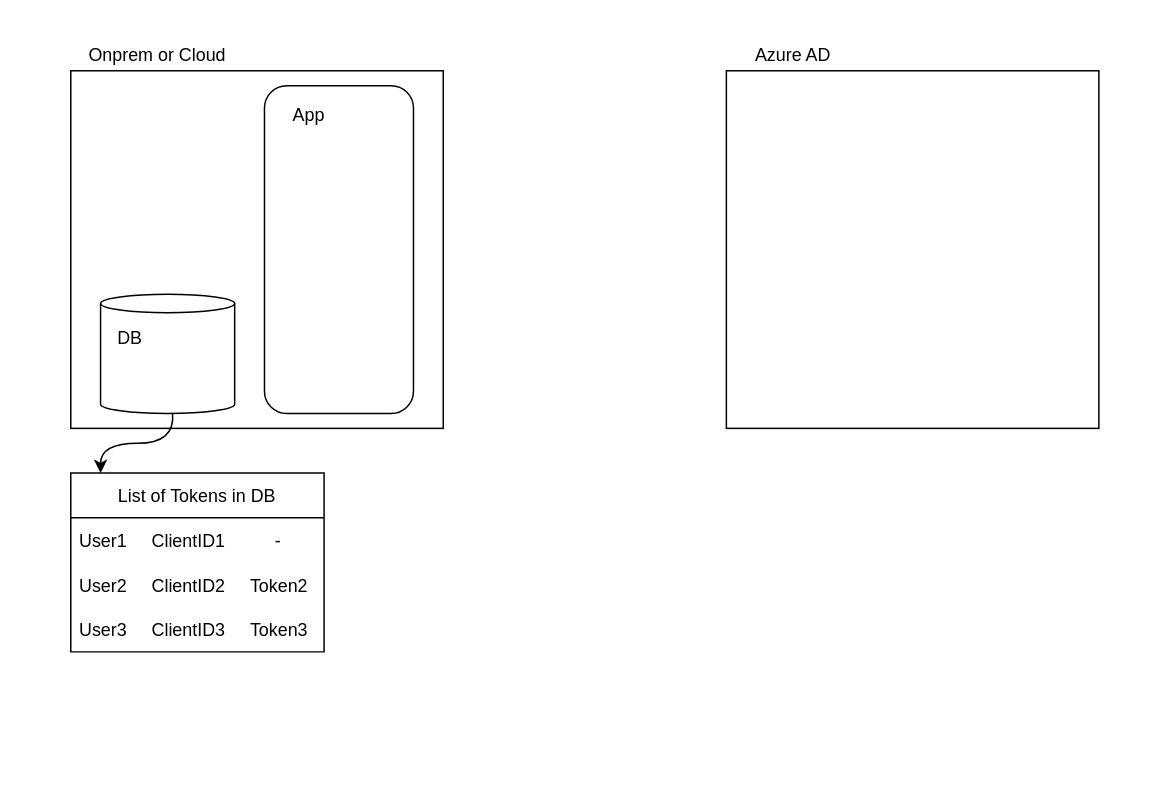
The draw.io diagram OAuth2.0_Authorization/OAuth2.0_ClientCredentialsFlow.drawio in developer-onizuka/Diagrams, before the edit. Source tidied: cells renumbered, new cells numbered last; positions are measured from the earlier drawing's top-left corner, leaving out a move shared by most shapes. Both pictures are drawn from the tidied source at 149%, with x=0, y=0 at pixel (70, 40).
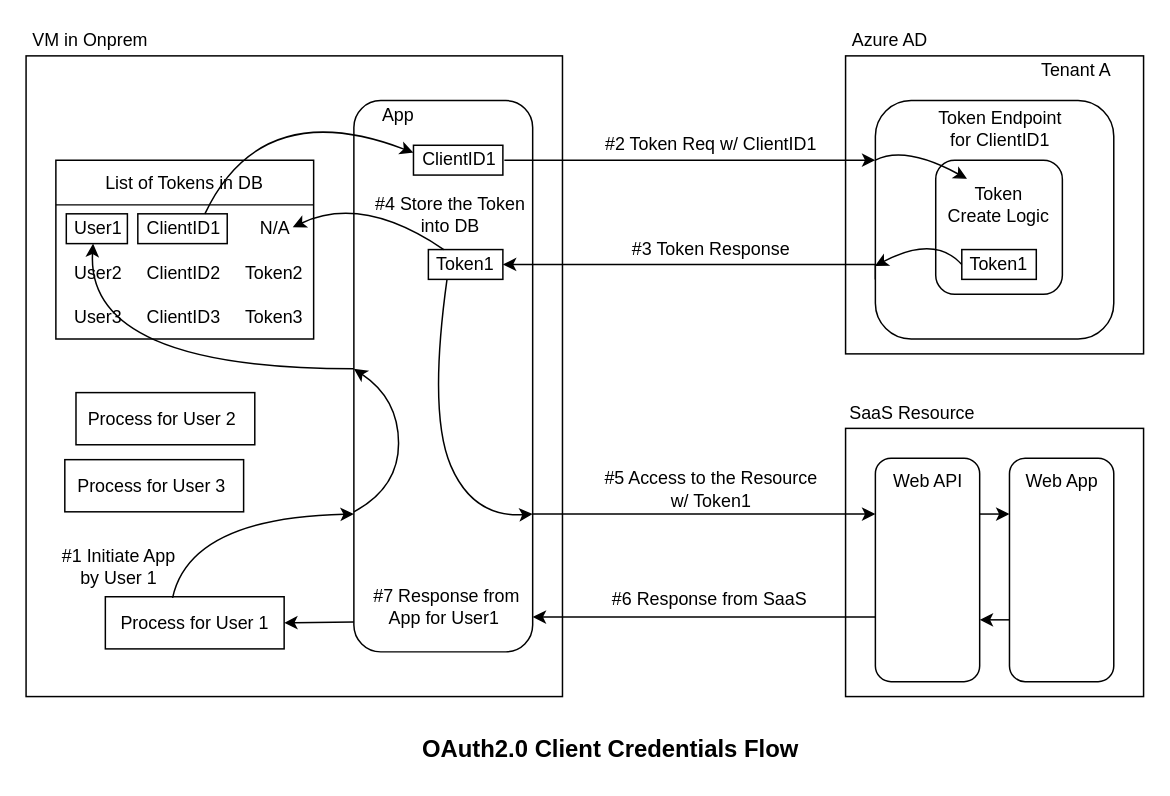
The same page after the edit.

Diff of the diagram source:
```diff
@@
     <mxCell id="2" style="rounded=0;whiteSpace=wrap;html=1;" parent="1" vertex="1">
-      <mxGeometry y="20" width="250" height="240" as="geometry" />
+      <mxGeometry x="-30" y="10" width="360" height="430" as="geometry" />
     </mxCell>
     <mxCell id="3" style="rounded=1;whiteSpace=wrap;html=1;" parent="1" vertex="1">
-      <mxGeometry x="130" y="30" width="100" height="220" as="geometry" />
+      <mxGeometry x="190" y="40" width="120" height="370" as="geometry" />
     </mxCell>
     <mxCell id="4" value="App" style="text;html=1;strokeColor=none;fillColor=none;align=center;verticalAlign=middle;whiteSpace=wrap;rounded=0;" parent="1" vertex="1">
-      <mxGeometry x="140" y="40" width="40" height="20" as="geometry" />
+      <mxGeometry x="200" y="40" width="40" height="20" as="geometry" />
     </mxCell>
-    <mxCell id="5" style="shape=cylinder3;whiteSpace=wrap;html=1;boundedLbl=1;backgroundOutline=1;size=6.182502746582031;" parent="1" vertex="1">
-      <mxGeometry x="20" y="170" width="90" height="80" as="geometry" />
-    </mxCell>
     <mxCell id="6" value="List of Tokens in DB" style="swimlane;fontStyle=0;horizontal=1;startSize=30;" parent="1" vertex="1">
-      <mxGeometry y="290" width="170" height="120" as="geometry" />
+      <mxGeometry x="-10" y="80" width="173" height="120" as="geometry" />
     </mxCell>
-    <mxCell id="7" value="User1     ClientID1          -" style="text;strokeColor=none;fillColor=none;align=left;verticalAlign=middle;spacingLeft=4;spacingRight=4;overflow=hidden;points=[[0,0.5],[1,0.5]];portConstraint=eastwest;" parent="6" vertex="1">
-      <mxGeometry y="30" width="170" height="30" as="geometry" />
+    <mxCell id="7" value="  User1     ClientID1        N/A" style="text;strokeColor=none;fillColor=none;align=left;verticalAlign=middle;spacingLeft=4;spacingRight=4;overflow=hidden;points=[[0,0.5],[1,0.5]];portConstraint=eastwest;" parent="6" vertex="1">
+      <mxGeometry y="30" width="173" height="30" as="geometry" />
     </mxCell>
-    <mxCell id="8" value="User2     ClientID2     Token2" style="text;strokeColor=none;fillColor=none;align=left;verticalAlign=middle;spacingLeft=4;spacingRight=4;overflow=hidden;" parent="6" vertex="1">
-      <mxGeometry y="60" width="170" height="30" as="geometry" />
+    <mxCell id="8" value="  User2     ClientID2     Token2" style="text;strokeColor=none;fillColor=none;align=left;verticalAlign=middle;spacingLeft=4;spacingRight=4;overflow=hidden;" parent="6" vertex="1">
+      <mxGeometry y="60" width="173" height="30" as="geometry" />
     </mxCell>
-    <mxCell id="9" value="User3     ClientID3     Token3" style="text;strokeColor=none;fillColor=none;align=left;verticalAlign=middle;spacingLeft=4;spacingRight=4;overflow=hidden;" parent="6" vertex="1">
-      <mxGeometry y="90" width="170" height="30" as="geometry" />
+    <mxCell id="9" value="  User3     ClientID3     Token3" style="text;strokeColor=none;fillColor=none;align=left;verticalAlign=middle;spacingLeft=4;spacingRight=4;overflow=hidden;" parent="6" vertex="1">
+      <mxGeometry y="90" width="173" height="30" as="geometry" />
     </mxCell>
@@
-    <mxCell id="11" style="curved=1;endArrow=classic;html=1;rounded=0;" parent="1" edge="1" source="5" target="6">
-      <mxGeometry relative="1" as="geometry">
-        <Array as="points">
-          <mxPoint x="70" y="270" />
-          <mxPoint x="20" y="270" />
-          <mxPoint x="20" y="290" />
-        </Array>
-      </mxGeometry>
-    </mxCell>
-    <mxCell id="12" value="DB" style="text;html=1;strokeColor=none;fillColor=none;align=center;verticalAlign=middle;whiteSpace=wrap;rounded=0;" parent="1" vertex="1">
-      <mxGeometry x="20" y="190" width="40" height="20" as="geometry" />
-    </mxCell>
-    <mxCell id="13" value="Onprem or Cloud&amp;nbsp;" style="text;html=1;strokeColor=none;fillColor=none;align=center;verticalAlign=middle;whiteSpace=wrap;rounded=0;" parent="1" vertex="1">
-      <mxGeometry width="120" height="20" as="geometry" />
+    <mxCell id="13" value="VM in Onprem&amp;nbsp;" style="text;html=1;strokeColor=none;fillColor=none;align=center;verticalAlign=middle;whiteSpace=wrap;rounded=0;" parent="1" vertex="1">
+      <mxGeometry x="-30" y="-10" width="90" height="20" as="geometry" />
     </mxCell>
     <mxCell id="14" style="rounded=0;whiteSpace=wrap;html=1;" parent="1" vertex="1">
-      <mxGeometry x="440" y="20" width="250" height="240" as="geometry" />
+      <mxGeometry x="520" y="10" width="200" height="200" as="geometry" />
     </mxCell>
     <mxCell id="15" value="Azure AD" style="text;html=1;strokeColor=none;fillColor=none;align=center;verticalAlign=middle;whiteSpace=wrap;rounded=0;" parent="1" vertex="1">
-      <mxGeometry x="440" width="90" height="20" as="geometry" />
+      <mxGeometry x="520" y="-10" width="60" height="20" as="geometry" />
     </mxCell>
+    <mxCell id="16" style="edgeStyle=orthogonalEdgeStyle;rounded=0;jettySize=auto;html=1;exitX=0;exitY=0.75;exitDx=0;exitDy=0;entryX=1;entryY=0.5;entryDx=0;entryDy=0;" parent="1" edge="1" source="17" target="27">
+      <mxGeometry relative="1" as="geometry">
+        <Array as="points">
+          <mxPoint x="540" y="150" />
+        </Array>
+      </mxGeometry>
+    </mxCell>
+    <mxCell id="17" style="rounded=1;whiteSpace=wrap;html=1;" parent="1" vertex="1">
+      <mxGeometry x="540" y="40" width="160" height="160" as="geometry" />
+    </mxCell>
+    <mxCell id="18" value="Token Endpoint &lt;br&gt;for ClientID1" style="text;html=1;strokeColor=none;fillColor=none;align=center;verticalAlign=middle;whiteSpace=wrap;rounded=0;" parent="1" vertex="1">
+      <mxGeometry x="559" y="44" width="130" height="30" as="geometry" />
+    </mxCell>
+    <mxCell id="19" value="#3 Token Response" style="text;html=1;strokeColor=none;fillColor=none;align=center;verticalAlign=middle;whiteSpace=wrap;rounded=0;" parent="1" vertex="1">
+      <mxGeometry x="350" y="130" width="160" height="20" as="geometry" />
+    </mxCell>
+    <mxCell id="20" value="#2 Token Req w/ ClientID1" style="text;html=1;strokeColor=none;fillColor=none;align=center;verticalAlign=middle;whiteSpace=wrap;rounded=0;" parent="1" vertex="1">
+      <mxGeometry x="350" y="60" width="160" height="20" as="geometry" />
+    </mxCell>
+    <mxCell id="21" style="endArrow=classic;html=1;rounded=0;entryX=0;entryY=0.25;entryDx=0;entryDy=0;exitX=1;exitY=0.5;exitDx=0;exitDy=0;" parent="1" edge="1" source="31" target="17">
+      <mxGeometry relative="1" as="geometry" />
+    </mxCell>
+    <mxCell id="22" style="rounded=0;whiteSpace=wrap;html=1;" parent="1" vertex="1">
+      <mxGeometry x="520" y="260" width="200" height="180" as="geometry" />
+    </mxCell>
+    <mxCell id="23" value="SaaS Resource" style="text;html=1;strokeColor=none;fillColor=none;align=center;verticalAlign=middle;whiteSpace=wrap;rounded=0;" parent="1" vertex="1">
+      <mxGeometry x="520" y="240" width="90" height="20" as="geometry" />
+    </mxCell>
+    <mxCell id="24" value="#4 Store the Token into DB" style="text;html=1;strokeColor=none;fillColor=none;align=center;verticalAlign=middle;whiteSpace=wrap;rounded=0;" parent="1" vertex="1">
+      <mxGeometry x="195" y="98.5" width="120" height="37.5" as="geometry" />
+    </mxCell>
+    <mxCell id="25" value="#5 Access to the Resource&lt;br&gt;w/ Token1" style="text;html=1;strokeColor=none;fillColor=none;align=center;verticalAlign=middle;whiteSpace=wrap;rounded=0;" parent="1" vertex="1">
+      <mxGeometry x="350" y="286" width="160" height="30" as="geometry" />
+    </mxCell>
+    <mxCell id="26" style="rounded=0;whiteSpace=wrap;html=1;" parent="1" vertex="1">
+      <mxGeometry x="240" y="140" width="50" height="20" as="geometry" />
+    </mxCell>
+    <mxCell id="27" value="Token1" style="text;html=1;strokeColor=none;fillColor=none;align=center;verticalAlign=middle;whiteSpace=wrap;rounded=0;" parent="1" vertex="1">
+      <mxGeometry x="240" y="140" width="50" height="20" as="geometry" />
+    </mxCell>
+    <mxCell id="28" value="Tenant A" style="text;html=1;strokeColor=none;fillColor=none;align=center;verticalAlign=middle;whiteSpace=wrap;rounded=0;" parent="1" vertex="1">
+      <mxGeometry x="630" y="10" width="90" height="20" as="geometry" />
+    </mxCell>
+    <mxCell id="29" style="rounded=0;whiteSpace=wrap;html=1;fillColor=none;strokeColor=#000000;" parent="1" vertex="1">
+      <mxGeometry x="45" y="116" width="60" height="20" as="geometry" />
+    </mxCell>
+    <mxCell id="30" style="rounded=0;whiteSpace=wrap;html=1;" parent="1" vertex="1">
+      <mxGeometry x="230" y="70" width="60" height="20" as="geometry" />
+    </mxCell>
+    <mxCell id="31" value="ClientID1" style="text;html=1;strokeColor=none;fillColor=none;align=center;verticalAlign=middle;whiteSpace=wrap;rounded=0;" parent="1" vertex="1">
+      <mxGeometry x="231" y="70" width="60" height="20" as="geometry" />
+    </mxCell>
+    <mxCell id="32" value="#6 Response from SaaS" style="text;html=1;strokeColor=none;fillColor=none;align=center;verticalAlign=middle;whiteSpace=wrap;rounded=0;" parent="1" vertex="1">
+      <mxGeometry x="349" y="360" width="160" height="30" as="geometry" />
+    </mxCell>
+    <mxCell id="33" style="curved=1;endArrow=classic;html=1;rounded=0;exitX=0.75;exitY=0;exitDx=0;exitDy=0;entryX=0;entryY=0.25;entryDx=0;entryDy=0;" parent="1" edge="1" source="29" target="30">
+      <mxGeometry relative="1" as="geometry">
+        <Array as="points">
+          <mxPoint x="128" y="36" />
+        </Array>
+      </mxGeometry>
+    </mxCell>
+    <mxCell id="34" style="curved=1;endArrow=classic;html=1;rounded=0;" parent="1" edge="1" source="27">
+      <mxGeometry relative="1" as="geometry">
+        <mxPoint x="149" y="125" as="targetPoint" />
+        <Array as="points">
+          <mxPoint x="196" y="103" />
+        </Array>
+      </mxGeometry>
+    </mxCell>
+    <mxCell id="35" style="curved=1;endArrow=classic;html=1;rounded=0;exitX=0.25;exitY=1;exitDx=0;exitDy=0;entryX=1;entryY=0.75;entryDx=0;entryDy=0;" parent="1" edge="1" source="27" target="3">
+      <mxGeometry relative="1" as="geometry">
+        <Array as="points">
+          <mxPoint x="240" y="250" />
+          <mxPoint x="270" y="320" />
+        </Array>
+      </mxGeometry>
+    </mxCell>
+    <mxCell id="36" style="edgeStyle=orthogonalEdgeStyle;rounded=0;jettySize=auto;html=1;exitX=1;exitY=0.25;exitDx=0;exitDy=0;entryX=0;entryY=0.25;entryDx=0;entryDy=0;endArrow=classic;endFill=1;" parent="1" edge="1" source="37" target="40">
+      <mxGeometry relative="1" as="geometry" />
+    </mxCell>
+    <mxCell id="37" style="rounded=1;whiteSpace=wrap;html=1;" parent="1" vertex="1">
+      <mxGeometry x="540" y="280" width="70" height="150" as="geometry" />
+    </mxCell>
+    <mxCell id="38" value="Web API" style="text;html=1;strokeColor=none;fillColor=none;align=center;verticalAlign=middle;whiteSpace=wrap;rounded=0;" parent="1" vertex="1">
+      <mxGeometry x="540" y="286" width="71" height="20" as="geometry" />
+    </mxCell>
+    <mxCell id="39" style="edgeStyle=orthogonalEdgeStyle;rounded=0;orthogonalLoop=1;jettySize=auto;html=1;exitX=0;exitY=0.75;exitDx=0;exitDy=0;entryX=1;entryY=0.75;entryDx=0;entryDy=0;endArrow=classic;endFill=1;" parent="1" edge="1">
+      <mxGeometry relative="1" as="geometry">
+        <mxPoint x="630" y="388.5" as="sourcePoint" />
+        <mxPoint x="610" y="388.5" as="targetPoint" />
+      </mxGeometry>
+    </mxCell>
+    <mxCell id="40" style="rounded=1;whiteSpace=wrap;html=1;" parent="1" vertex="1">
+      <mxGeometry x="630" y="280" width="70" height="150" as="geometry" />
+    </mxCell>
+    <mxCell id="41" value="Web App" style="text;html=1;strokeColor=none;fillColor=none;align=center;verticalAlign=middle;whiteSpace=wrap;rounded=0;" parent="1" vertex="1">
+      <mxGeometry x="630" y="286" width="71" height="20" as="geometry" />
+    </mxCell>
+    <mxCell id="42" style="edgeStyle=orthogonalEdgeStyle;rounded=0;jettySize=auto;html=1;exitX=1;exitY=0.75;exitDx=0;exitDy=0;entryX=0;entryY=0.25;entryDx=0;entryDy=0;endArrow=classic;endFill=1;" parent="1" edge="1" source="3" target="37">
+      <mxGeometry relative="1" as="geometry" />
+    </mxCell>
+    <mxCell id="43" style="edgeStyle=orthogonalEdgeStyle;rounded=0;jettySize=auto;html=1;entryX=1.009;entryY=0.899;entryDx=0;entryDy=0;entryPerimeter=0;endArrow=classic;endFill=1;" parent="1" edge="1" source="37">
+      <mxGeometry relative="1" as="geometry">
+        <mxPoint x="310" y="386.6" as="targetPoint" />
+        <Array as="points">
+          <mxPoint x="414" y="386" />
+        </Array>
+      </mxGeometry>
+    </mxCell>
+    <mxCell id="44" style="rounded=1;whiteSpace=wrap;html=1;" parent="1" vertex="1">
+      <mxGeometry x="580.5" y="80" width="85" height="90" as="geometry" />
+    </mxCell>
+    <mxCell id="45" value="Token&lt;br&gt;Create Logic" style="text;html=1;strokeColor=none;fillColor=none;align=center;verticalAlign=middle;whiteSpace=wrap;rounded=0;" parent="1" vertex="1">
+      <mxGeometry x="580" y="92.5" width="86" height="35" as="geometry" />
+    </mxCell>
+    <mxCell id="46" style="rounded=0;whiteSpace=wrap;html=1;" parent="1" vertex="1">
+      <mxGeometry x="598" y="140" width="50" height="20" as="geometry" />
+    </mxCell>
+    <mxCell id="47" value="Token1" style="text;html=1;strokeColor=none;fillColor=none;align=center;verticalAlign=middle;whiteSpace=wrap;rounded=0;" parent="1" vertex="1">
+      <mxGeometry x="598" y="140" width="50" height="20" as="geometry" />
+    </mxCell>
+    <mxCell id="48" style="curved=1;endArrow=classic;html=1;rounded=0;exitX=0;exitY=0.5;exitDx=0;exitDy=0;entryX=-0.002;entryY=0.694;entryDx=0;entryDy=0;entryPerimeter=0;" parent="1" edge="1" source="47" target="17">
+      <mxGeometry relative="1" as="geometry">
+        <Array as="points">
+          <mxPoint x="580" y="130" />
+        </Array>
+      </mxGeometry>
+    </mxCell>
+    <mxCell id="49" style="curved=1;endArrow=classic;html=1;rounded=0;exitX=0.75;exitY=0;exitDx=0;exitDy=0;entryX=0.25;entryY=0;entryDx=0;entryDy=0;" parent="1" edge="1" target="45">
+      <mxGeometry relative="1" as="geometry">
+        <mxPoint x="540" y="80" as="sourcePoint" />
+        <Array as="points">
+          <mxPoint x="560" y="70" />
+        </Array>
+      </mxGeometry>
+    </mxCell>
+    <mxCell id="50" style="edgeStyle=orthogonalEdgeStyle;rounded=0;jettySize=auto;html=1;exitX=1;exitY=0.5;exitDx=0;exitDy=0;endArrow=classic;endFill=1;fillColor=default;entryX=1;entryY=0.5;entryDx=0;entryDy=0;" parent="1" edge="1" target="51">
+      <mxGeometry relative="1" as="geometry">
+        <mxPoint x="190" y="390" as="sourcePoint" />
+      </mxGeometry>
+    </mxCell>
+    <mxCell id="51" style="rounded=0;whiteSpace=wrap;html=1;" parent="1" vertex="1">
+      <mxGeometry x="23.2" y="373" width="120" height="35" as="geometry" />
+    </mxCell>
+    <mxCell id="52" value="Process for User 1" style="text;html=1;strokeColor=none;fillColor=none;align=center;verticalAlign=middle;whiteSpace=wrap;rounded=0;" parent="1" vertex="1">
+      <mxGeometry x="29.8" y="380.5" width="107" height="20" as="geometry" />
+    </mxCell>
+    <mxCell id="53" style="rounded=0;whiteSpace=wrap;html=1;" parent="1" vertex="1">
+      <mxGeometry x="-4" y="281" width="120" height="35" as="geometry" />
+    </mxCell>
+    <mxCell id="54" value="Process for User 3" style="text;html=1;strokeColor=none;fillColor=none;align=center;verticalAlign=middle;whiteSpace=wrap;rounded=0;" parent="1" vertex="1">
+      <mxGeometry x="0.5" y="288.5" width="107" height="20" as="geometry" />
+    </mxCell>
+    <mxCell id="55" style="rounded=0;whiteSpace=wrap;html=1;" parent="1" vertex="1">
+      <mxGeometry x="3.5" y="236" width="120" height="35" as="geometry" />
+    </mxCell>
+    <mxCell id="56" value="Process for User 2" style="text;html=1;strokeColor=none;fillColor=none;align=center;verticalAlign=middle;whiteSpace=wrap;rounded=0;" parent="1" vertex="1">
+      <mxGeometry x="8" y="243.5" width="107" height="20" as="geometry" />
+    </mxCell>
+    <mxCell id="57" style="curved=1;endArrow=classic;html=1;rounded=0;exitX=0.376;exitY=0.022;exitDx=0;exitDy=0;entryX=0;entryY=0.75;entryDx=0;entryDy=0;exitPerimeter=0;" parent="1" edge="1" source="51" target="3">
+      <mxGeometry relative="1" as="geometry">
+        <Array as="points">
+          <mxPoint x="80" y="320" />
+        </Array>
+      </mxGeometry>
+    </mxCell>
+    <mxCell id="58" value="#1 Initiate App &lt;br&gt;by User 1" style="text;html=1;strokeColor=none;fillColor=none;align=center;verticalAlign=middle;whiteSpace=wrap;rounded=0;" parent="1" vertex="1">
+      <mxGeometry x="-20" y="333" width="105" height="40" as="geometry" />
+    </mxCell>
+    <mxCell id="59" value="#7 Response from App for User1&amp;nbsp;" style="text;html=1;strokeColor=none;fillColor=none;align=center;verticalAlign=middle;whiteSpace=wrap;rounded=0;" parent="1" vertex="1">
+      <mxGeometry x="200" y="360" width="105" height="40" as="geometry" />
+    </mxCell>
+    <mxCell id="60" style="rounded=0;whiteSpace=wrap;html=1;fillColor=none;strokeColor=#000000;" parent="1" vertex="1">
+      <mxGeometry x="-3" y="116" width="41" height="20" as="geometry" />
+    </mxCell>
+    <mxCell id="61" style="curved=1;endArrow=classic;html=1;rounded=0;" parent="1" edge="1">
+      <mxGeometry relative="1" as="geometry">
+        <mxPoint x="190" y="220" as="sourcePoint" />
+        <mxPoint x="15" y="136" as="targetPoint" />
+        <Array as="points">
+          <mxPoint x="10" y="220" />
+        </Array>
+      </mxGeometry>
+    </mxCell>
+    <mxCell id="62" style="curved=1;endArrow=classic;html=1;rounded=0;" parent="1" edge="1">
+      <mxGeometry relative="1" as="geometry">
+        <mxPoint x="190" y="316" as="sourcePoint" />
+        <mxPoint x="190" y="220" as="targetPoint" />
+        <Array as="points">
+          <mxPoint x="220" y="300" />
+          <mxPoint x="220" y="240" />
+        </Array>
+      </mxGeometry>
+    </mxCell>
+    <mxCell id="63" value="&lt;font style=&quot;font-size: 16px;&quot;&gt;OAuth2.0 Client Credentials Flow&lt;/font&gt;" style="text;html=1;strokeColor=none;fillColor=none;align=center;verticalAlign=middle;whiteSpace=wrap;rounded=0;fontStyle=1;strokeWidth=1;" parent="1" vertex="1">
+      <mxGeometry x="200" y="460" width="324.5" height="30" as="geometry" />
+    </mxCell>
```
